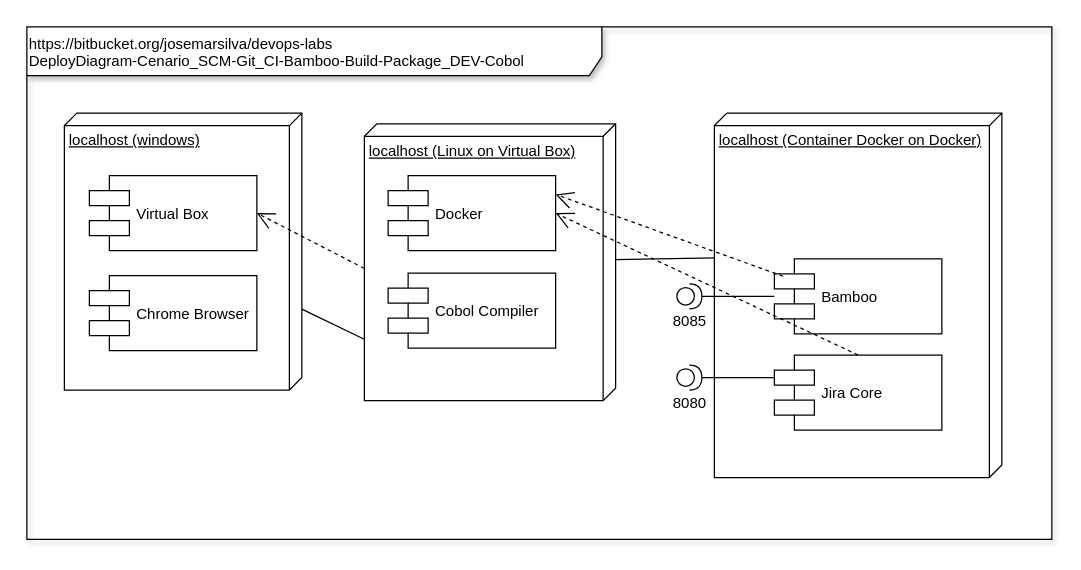
Above: doc/DeployDiagram-Cenario_SCM-BitBucket_CI-Bamboo-Build-Package_DEV-Cobol.drawio in josemarsilva/devops-labs (draw.io), before the change. Source tidied: cells renumbered, new cells numbered last; positions are measured from the earlier drawing's top-left corner, leaving out a move shared by most shapes. Both pictures are drawn from the tidied source at 125%, with x=0, y=0 at pixel (26, 26).
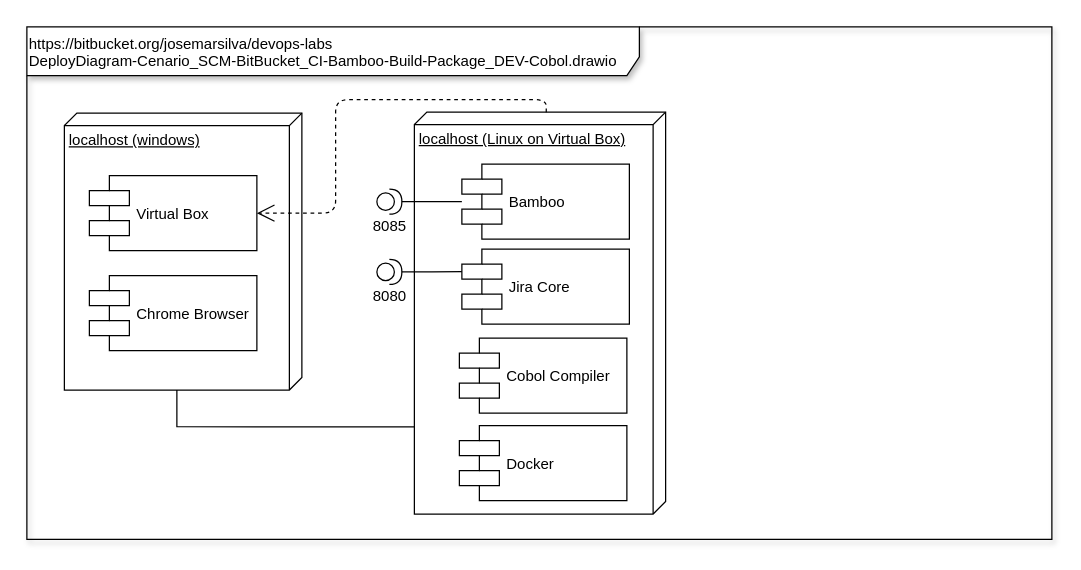
The same diagram, later.

Unchanged cells that the change refers to:
```xml
<mxCell id="4" value="localhost (windows)" style="verticalAlign=top;align=left;spacingTop=8;spacingLeft=2;spacingRight=12;shape=cube;size=10;direction=south;fontStyle=4;html=1;" parent="1" vertex="1">
  <mxGeometry x="30" y="69" width="190" height="221.5" as="geometry" />
</mxCell>
<mxCell id="5" value="Virtual Box" style="shape=component;align=left;spacingLeft=36;" parent="1" vertex="1">
  <mxGeometry x="50" y="119" width="134" height="60" as="geometry" />
</mxCell>
```

Change to the diagram source:
```diff
@@
-    <mxCell id="2" value="https://bitbucket.org/josemarsilva/devops-labs&lt;br&gt;DeployDiagram-Cenario_SCM-Git_CI-Bamboo-Build-Package_DEV-Cobol" style="shape=umlFrame;whiteSpace=wrap;html=1;shadow=1;width=460;height=39;align=left;verticalAlign=top;" parent="1" vertex="1">
+    <mxCell id="2" value="https://bitbucket.org/josemarsilva/devops-labs&lt;br&gt;DeployDiagram-Cenario_SCM-BitBucket_CI-Bamboo-Build-Package_DEV-Cobol.drawio" style="shape=umlFrame;whiteSpace=wrap;html=1;shadow=1;width=490;height=39;align=left;verticalAlign=top;" parent="1" vertex="1">
       <mxGeometry width="820" height="410" as="geometry" />
     </mxCell>
-    <mxCell id="3" style="rounded=0;jettySize=auto;html=1;entryX=0.783;entryY=0.99;entryDx=0;entryDy=0;entryPerimeter=0;endArrow=none;endFill=0;" parent="1" edge="1" source="4" target="7">
+    <mxCell id="3" style="rounded=0;jettySize=auto;html=1;entryX=0.783;entryY=0.99;entryDx=0;entryDy=0;entryPerimeter=0;endArrow=none;endFill=0;exitX=0;exitY=0;exitDx=221.5;exitDy=100;exitPerimeter=0;edgeStyle=orthogonalEdgeStyle;" parent="1" edge="1" source="4" target="7">
       <mxGeometry relative="1" as="geometry" />
     </mxCell>
@@
-    <mxCell id="6" style="rounded=0;jettySize=auto;html=1;entryX=0;entryY=0;entryDx=115.75;entryDy=230;entryPerimeter=0;endArrow=none;endFill=0;" parent="1" edge="1" source="7" target="11">
-      <mxGeometry relative="1" as="geometry" />
-    </mxCell>
     <mxCell id="7" value="localhost (Linux on Virtual Box)" style="verticalAlign=top;align=left;spacingTop=8;spacingLeft=2;spacingRight=12;shape=cube;size=10;direction=south;fontStyle=4;html=1;" parent="1" vertex="1">
-      <mxGeometry x="270" y="77.5" width="201" height="221.5" as="geometry" />
+      <mxGeometry x="310" y="68.2" width="201" height="321.5" as="geometry" />
     </mxCell>
     <mxCell id="8" value="Docker" style="shape=component;align=left;spacingLeft=36;" parent="1" vertex="1">
-      <mxGeometry x="289" y="119" width="134" height="60" as="geometry" />
+      <mxGeometry x="346" y="319" width="134" height="60" as="geometry" />
     </mxCell>
-    <mxCell id="9" style="endArrow=open;endSize=12;dashed=1;html=1;exitX=0;exitY=0;exitDx=115.75;exitDy=201;exitPerimeter=0;entryX=1;entryY=0.5;entryDx=0;entryDy=0;" parent="1" edge="1" source="7" target="5">
+    <mxCell id="9" style="endArrow=open;endSize=12;dashed=1;html=1;exitX=0;exitY=0;exitDx=0;exitDy=95.5;exitPerimeter=0;entryX=1;entryY=0.5;entryDx=0;entryDy=0;edgeStyle=orthogonalEdgeStyle;" parent="1" edge="1" source="7" target="5">
       <mxGeometry relative="1" as="geometry" />
     </mxCell>
@@
-    <mxCell id="11" value="localhost (Container Docker on Docker)" style="verticalAlign=top;align=left;spacingTop=8;spacingLeft=2;spacingRight=12;shape=cube;size=10;direction=south;fontStyle=4;html=1;" parent="1" vertex="1">
-      <mxGeometry x="550" y="69" width="230" height="291.5" as="geometry" />
-    </mxCell>
     <mxCell id="12" value="Bamboo" style="shape=component;align=left;spacingLeft=36;" parent="1" vertex="1">
-      <mxGeometry x="598" y="185.5" width="134" height="60" as="geometry" />
+      <mxGeometry x="348" y="109.8" width="134" height="60" as="geometry" />
     </mxCell>
-    <mxCell id="13" style="edgeStyle=orthogonalEdgeStyle;rounded=0;jettySize=auto;html=1;endArrow=none;endFill=0;" parent="1" edge="1" source="14" target="12">
+    <mxCell id="13" style="edgeStyle=orthogonalEdgeStyle;rounded=0;jettySize=auto;html=1;endArrow=none;endFill=0;exitX=1;exitY=0.5;exitDx=0;exitDy=0;exitPerimeter=0;" parent="1" edge="1" source="14" target="12">
       <mxGeometry relative="1" as="geometry" />
     </mxCell>
     <mxCell id="14" value="8085" style="shape=providedRequiredInterface;html=1;verticalLabelPosition=bottom;" parent="1" vertex="1">
-      <mxGeometry x="520" y="205.5" width="20" height="20" as="geometry" />
+      <mxGeometry x="280" y="129.8" width="20" height="20" as="geometry" />
     </mxCell>
     <mxCell id="15" value="Jira Core" style="shape=component;align=left;spacingLeft=36;" parent="1" vertex="1">
-      <mxGeometry x="598" y="262.5" width="134" height="60" as="geometry" />
+      <mxGeometry x="348" y="177.8" width="134" height="60" as="geometry" />
     </mxCell>
-    <mxCell id="16" style="edgeStyle=orthogonalEdgeStyle;rounded=0;jettySize=auto;html=1;entryX=0;entryY=0.3;entryDx=0;entryDy=0;endArrow=none;endFill=0;" parent="1" edge="1" source="17" target="15">
+    <mxCell id="16" style="edgeStyle=orthogonalEdgeStyle;rounded=0;jettySize=auto;html=1;endArrow=none;endFill=0;exitX=1;exitY=0.5;exitDx=0;exitDy=0;exitPerimeter=0;entryX=0;entryY=0.3;entryDx=0;entryDy=0;" parent="1" edge="1" source="17" target="15">
       <mxGeometry relative="1" as="geometry" />
     </mxCell>
     <mxCell id="17" value="8080" style="shape=providedRequiredInterface;html=1;verticalLabelPosition=bottom;" parent="1" vertex="1">
-      <mxGeometry x="520" y="270.5" width="20" height="20" as="geometry" />
+      <mxGeometry x="280" y="186" width="20" height="20" as="geometry" />
     </mxCell>
     <mxCell id="18" value="Cobol Compiler" style="shape=component;align=left;spacingLeft=36;" parent="1" vertex="1">
-      <mxGeometry x="289" y="197" width="134" height="60" as="geometry" />
+      <mxGeometry x="346" y="249" width="134" height="60" as="geometry" />
     </mxCell>
-    <mxCell id="19" style="endArrow=open;endSize=12;dashed=1;html=1;exitX=0.052;exitY=0.233;exitDx=0;exitDy=0;exitPerimeter=0;entryX=1;entryY=0.25;entryDx=0;entryDy=0;" parent="1" edge="1" source="12" target="8">
-      <mxGeometry relative="1" as="geometry" />
-    </mxCell>
-    <mxCell id="20" style="endArrow=open;endSize=12;dashed=1;html=1;exitX=0.5;exitY=0;exitDx=0;exitDy=0;entryX=1;entryY=0.5;entryDx=0;entryDy=0;" parent="1" edge="1" source="15" target="8">
-      <mxGeometry relative="1" as="geometry" />
-    </mxCell>
```
